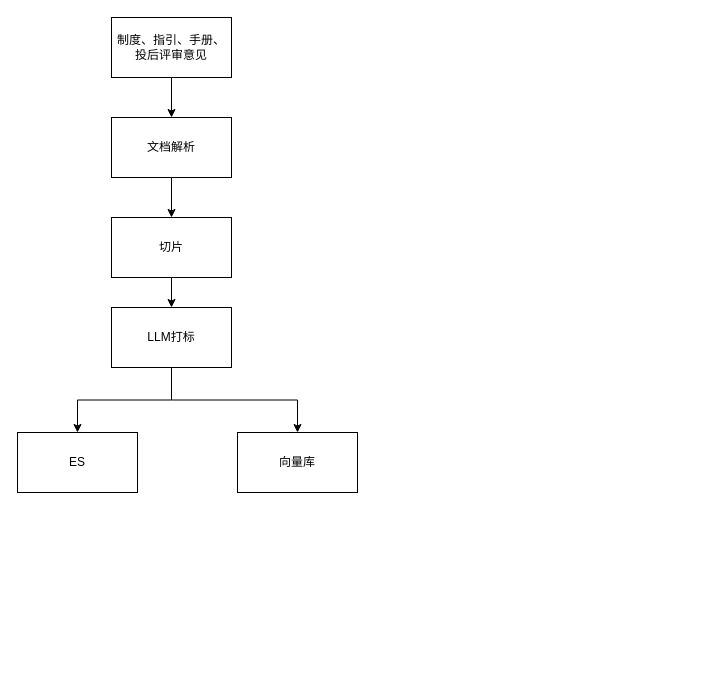
This is 未命名绘图.drawio from archwolf118/AI, a draw.io file, before an edit. Source tidied: cells renumbered, new cells numbered last; positions are measured from the earlier drawing's top-left corner, leaving out a move shared by most shapes. Both pictures are drawn from the tidied source at 100%, with x=0, y=0 at pixel (17, 17).
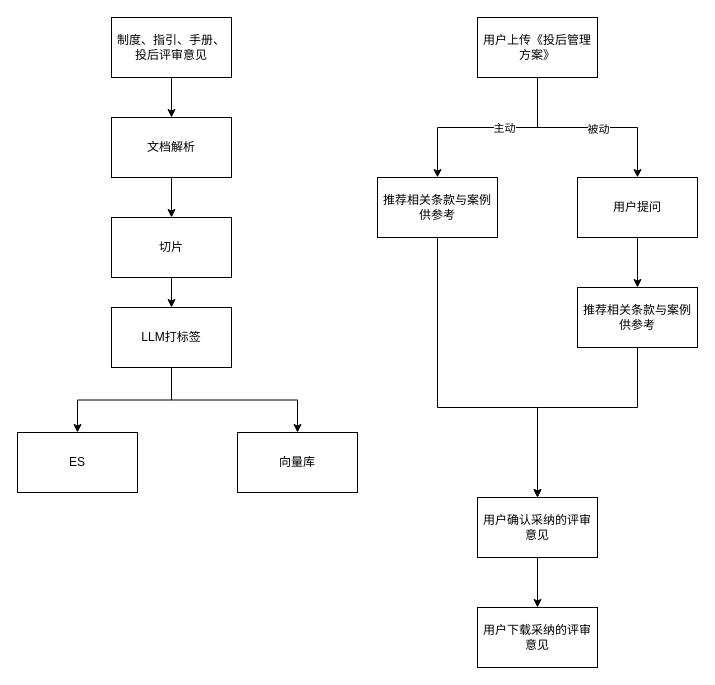
The same diagram, later.

Commit message (it also covers changes not shown here):
更新未命名绘图.drawio

Diff of the diagram source:
```diff
@@
-    <mxCell id="10" value="LLM打标" style="rounded=0;whiteSpace=wrap;html=1;" parent="1" vertex="1">
+    <mxCell id="10" value="LLM打标签" style="rounded=0;whiteSpace=wrap;html=1;" parent="1" vertex="1">
       <mxGeometry x="94" y="290" width="120" height="60" as="geometry" />
     </mxCell>
@@
+    <mxCell id="13" style="edgeStyle=orthogonalEdgeStyle;rounded=0;jettySize=auto;html=1;exitX=0.5;exitY=1;exitDx=0;exitDy=0;entryX=0.5;entryY=0;entryDx=0;entryDy=0;" parent="1" edge="1" source="17" target="19">
+      <mxGeometry relative="1" as="geometry" />
+    </mxCell>
+    <mxCell id="14" value="主动" style="edgeLabel;html=1;align=center;verticalAlign=middle;" parent="13" vertex="1">
+      <mxGeometry x="-0.16" relative="1" as="geometry" />
+    </mxCell>
+    <mxCell id="15" style="edgeStyle=orthogonalEdgeStyle;rounded=0;jettySize=auto;html=1;exitX=0.5;exitY=1;exitDx=0;exitDy=0;entryX=0.5;entryY=0;entryDx=0;entryDy=0;" parent="1" edge="1" source="17" target="21">
+      <mxGeometry relative="1" as="geometry" />
+    </mxCell>
+    <mxCell id="16" value="被动" style="edgeLabel;html=1;align=center;verticalAlign=middle;" parent="15" vertex="1">
+      <mxGeometry x="0.1" y="-1" relative="1" as="geometry" />
+    </mxCell>
+    <mxCell id="17" value="用户上传《投后管理方案》" style="rounded=0;whiteSpace=wrap;html=1;" parent="1" vertex="1">
+      <mxGeometry x="460" width="120" height="60" as="geometry" />
+    </mxCell>
+    <mxCell id="18" style="edgeStyle=orthogonalEdgeStyle;rounded=0;jettySize=auto;html=1;exitX=0.5;exitY=1;exitDx=0;exitDy=0;" parent="1" edge="1" source="19" target="25">
+      <mxGeometry relative="1" as="geometry">
+        <Array as="points">
+          <mxPoint x="420" y="390" />
+          <mxPoint x="520" y="390" />
+        </Array>
+      </mxGeometry>
+    </mxCell>
+    <mxCell id="19" value="推荐相关条款与案例供参考" style="rounded=0;whiteSpace=wrap;html=1;" parent="1" vertex="1">
+      <mxGeometry x="360" y="160" width="120" height="60" as="geometry" />
+    </mxCell>
+    <mxCell id="20" style="edgeStyle=orthogonalEdgeStyle;rounded=0;jettySize=auto;html=1;exitX=0.5;exitY=1;exitDx=0;exitDy=0;entryX=0.5;entryY=0;entryDx=0;entryDy=0;" parent="1" edge="1" source="21" target="23">
+      <mxGeometry relative="1" as="geometry" />
+    </mxCell>
+    <mxCell id="21" value="用户提问" style="rounded=0;whiteSpace=wrap;html=1;" parent="1" vertex="1">
+      <mxGeometry x="560" y="160" width="120" height="60" as="geometry" />
+    </mxCell>
+    <mxCell id="22" style="edgeStyle=orthogonalEdgeStyle;rounded=0;jettySize=auto;html=1;exitX=0.5;exitY=1;exitDx=0;exitDy=0;entryX=0.5;entryY=0;entryDx=0;entryDy=0;" parent="1" edge="1" source="23" target="25">
+      <mxGeometry relative="1" as="geometry">
+        <Array as="points">
+          <mxPoint x="620" y="390" />
+          <mxPoint x="520" y="390" />
+        </Array>
+      </mxGeometry>
+    </mxCell>
+    <mxCell id="23" value="推荐相关条款与案例供参考" style="rounded=0;whiteSpace=wrap;html=1;" parent="1" vertex="1">
+      <mxGeometry x="560" y="270" width="120" height="60" as="geometry" />
+    </mxCell>
+    <mxCell id="24" style="edgeStyle=orthogonalEdgeStyle;rounded=0;jettySize=auto;html=1;exitX=0.5;exitY=1;exitDx=0;exitDy=0;entryX=0.5;entryY=0;entryDx=0;entryDy=0;" parent="1" edge="1" source="25" target="26">
+      <mxGeometry relative="1" as="geometry" />
+    </mxCell>
+    <mxCell id="25" value="用户确认采纳的评审意见" style="rounded=0;whiteSpace=wrap;html=1;" parent="1" vertex="1">
+      <mxGeometry x="460" y="480" width="120" height="60" as="geometry" />
+    </mxCell>
+    <mxCell id="26" value="用户下载采纳的评审意见" style="rounded=0;whiteSpace=wrap;html=1;" parent="1" vertex="1">
+      <mxGeometry x="460" y="590" width="120" height="60" as="geometry" />
+    </mxCell>
```
